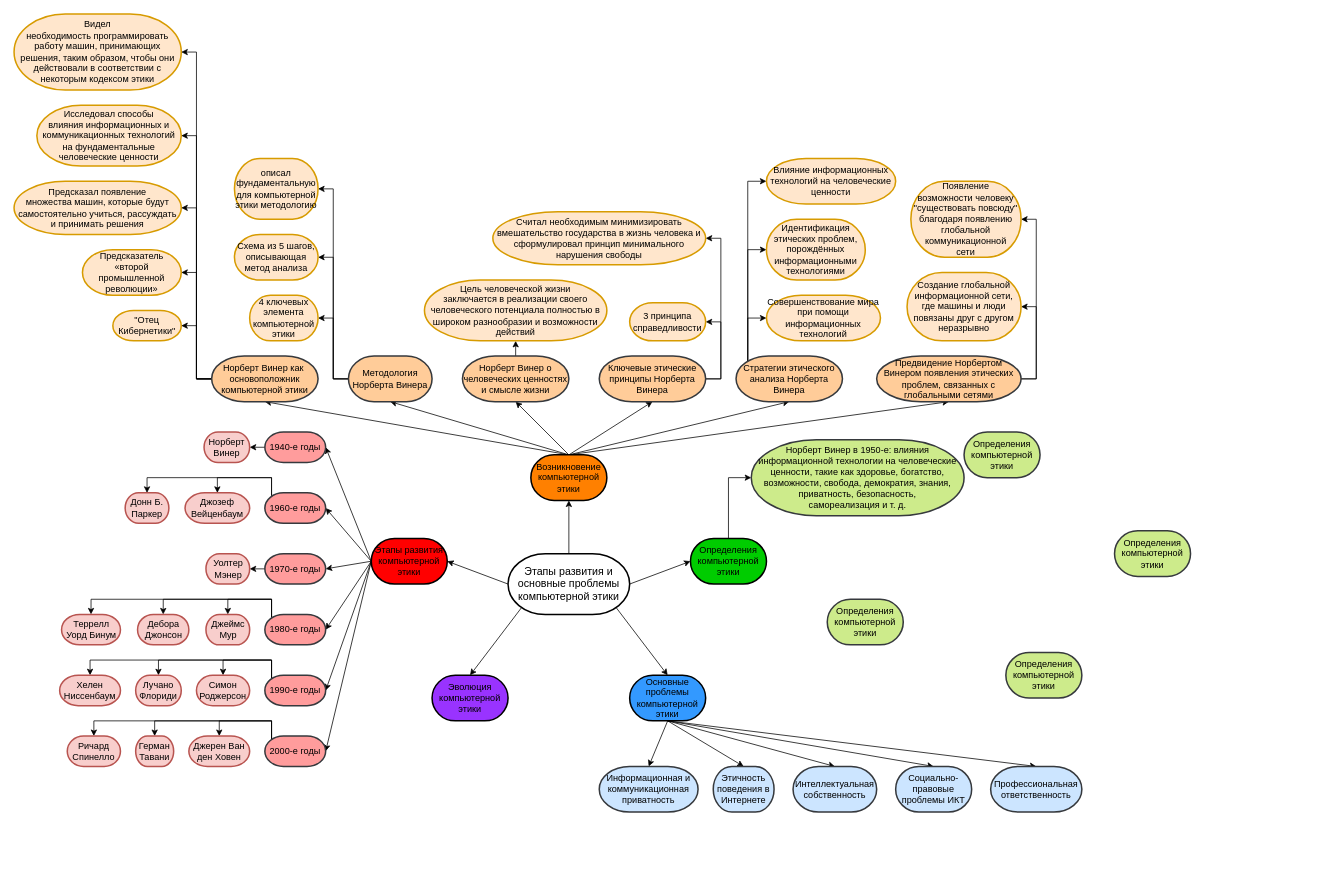
Earlier version of the draw.io diagram MIND-map.drawio (DMfananddu/DSM). Source tidied: cells renumbered, new cells numbered last; positions are measured from the earlier drawing's top-left corner, leaving out a move shared by most shapes. Both pictures are drawn from the tidied source at 76%, with x=0, y=0 at pixel (14, 14).
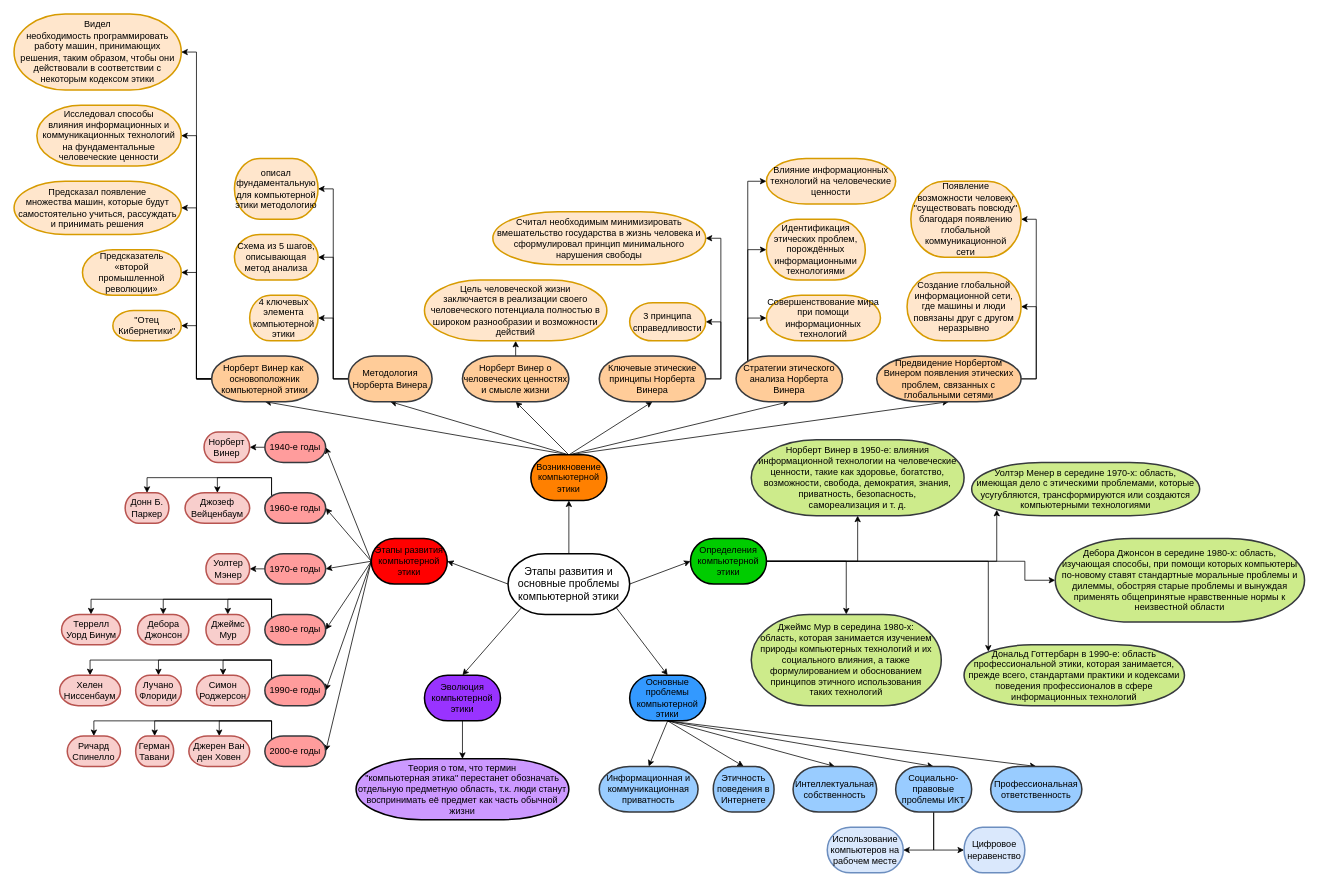
The same page after the edit.

Unchanged cells that the change refers to:
```xml
<mxCell id="23" value="Определения компьютерной этики" style="strokeWidth=2;html=1;shape=mxgraph.flowchart.terminator;whiteSpace=wrap;fillColor=#00CC00;" parent="1" vertex="1">
  <mxGeometry x="890" y="690" width="100" height="60" as="geometry" />
</mxCell>
<mxCell id="106" value="Норберт Винер в 1950-е:&amp;nbsp;влияния&lt;br&gt;информационной технологии на человеческие ценности, такие как здоровье, богатство, возможности, свобода, демократия, знания, приватность, безопасность,&lt;br&gt;самореализация и т. д." style="strokeWidth=2;html=1;shape=mxgraph.flowchart.terminator;whiteSpace=wrap;fillColor=#cdeb8b;strokeColor=#36393d;" parent="1" vertex="1">
  <mxGeometry x="970" y="560" width="280" height="100" as="geometry" />
</mxCell>
```

Diff of the diagram source:
```diff
@@
-    <mxCell id="22" style="edgeStyle=orthogonalEdgeStyle;rounded=0;jettySize=auto;html=1;exitX=0.5;exitY=0;exitDx=0;exitDy=0;exitPerimeter=0;entryX=0;entryY=0.5;entryDx=0;entryDy=0;entryPerimeter=0;" parent="1" edge="1" source="23" target="106">
+    <mxCell id="22" style="edgeStyle=orthogonalEdgeStyle;rounded=0;jettySize=auto;html=1;exitX=1;exitY=0.5;exitDx=0;exitDy=0;exitPerimeter=0;entryX=0.5;entryY=1;entryDx=0;entryDy=0;entryPerimeter=0;" parent="1" edge="1" source="23" target="106">
       <mxGeometry relative="1" as="geometry" />
     </mxCell>
+    <mxCell id="111" style="edgeStyle=orthogonalEdgeStyle;rounded=0;jettySize=auto;html=1;exitX=1;exitY=0.5;exitDx=0;exitDy=0;exitPerimeter=0;entryX=0.5;entryY=0;entryDx=0;entryDy=0;entryPerimeter=0;" parent="1" edge="1" source="23" target="107">
+      <mxGeometry relative="1" as="geometry" />
+    </mxCell>
+    <mxCell id="112" style="edgeStyle=orthogonalEdgeStyle;rounded=0;jettySize=auto;html=1;exitX=1;exitY=0.5;exitDx=0;exitDy=0;exitPerimeter=0;entryX=0.11;entryY=0.89;entryDx=0;entryDy=0;entryPerimeter=0;" parent="1" edge="1" source="23" target="110">
+      <mxGeometry relative="1" as="geometry" />
+    </mxCell>
+    <mxCell id="113" style="edgeStyle=orthogonalEdgeStyle;rounded=0;jettySize=auto;html=1;exitX=1;exitY=0.5;exitDx=0;exitDy=0;exitPerimeter=0;entryX=0.11;entryY=0.11;entryDx=0;entryDy=0;entryPerimeter=0;" parent="1" edge="1" source="23" target="108">
+      <mxGeometry relative="1" as="geometry" />
+    </mxCell>
+    <mxCell id="114" style="edgeStyle=orthogonalEdgeStyle;rounded=0;jettySize=auto;html=1;exitX=1;exitY=0.5;exitDx=0;exitDy=0;exitPerimeter=0;entryX=0;entryY=0.5;entryDx=0;entryDy=0;entryPerimeter=0;" parent="1" edge="1" source="23" target="109">
+      <mxGeometry relative="1" as="geometry">
+        <Array as="points">
+          <mxPoint x="1330" y="720" />
+          <mxPoint x="1330" y="745" />
+        </Array>
+      </mxGeometry>
+    </mxCell>
@@
+    <mxCell id="115" style="edgeStyle=orthogonalEdgeStyle;rounded=0;jettySize=auto;html=1;exitX=0.5;exitY=1;exitDx=0;exitDy=0;exitPerimeter=0;entryX=0.5;entryY=0;entryDx=0;entryDy=0;entryPerimeter=0;" parent="1" edge="1" source="24" target="118">
+      <mxGeometry relative="1" as="geometry" />
+    </mxCell>
     <mxCell id="24" value="Эволюция компьютерной этики" style="strokeWidth=2;html=1;shape=mxgraph.flowchart.terminator;whiteSpace=wrap;fillColor=#9933FF;" parent="1" vertex="1">
-      <mxGeometry x="550" y="870" width="100" height="60" as="geometry" />
+      <mxGeometry x="540" y="870" width="100" height="60" as="geometry" />
     </mxCell>
@@
-    <mxCell id="72" value="Этичность поведения в Интернете" style="strokeWidth=2;html=1;shape=mxgraph.flowchart.terminator;whiteSpace=wrap;fillColor=#cce5ff;strokeColor=#36393d;" parent="1" vertex="1">
+    <mxCell id="72" value="Этичность поведения в Интернете" style="strokeWidth=2;html=1;shape=mxgraph.flowchart.terminator;whiteSpace=wrap;fillColor=#99CCFF;strokeColor=#36393d;" parent="1" vertex="1">
       <mxGeometry x="920" y="990" width="80" height="60" as="geometry" />
     </mxCell>
-    <mxCell id="73" value="Профессиональная ответственность" style="strokeWidth=2;html=1;shape=mxgraph.flowchart.terminator;whiteSpace=wrap;fillColor=#cce5ff;strokeColor=#36393d;" parent="1" vertex="1">
+    <mxCell id="73" value="Профессиональная ответственность" style="strokeWidth=2;html=1;shape=mxgraph.flowchart.terminator;whiteSpace=wrap;fillColor=#99CCFF;strokeColor=#36393d;" parent="1" vertex="1">
       <mxGeometry x="1285" y="990" width="120" height="60" as="geometry" />
     </mxCell>
-    <mxCell id="74" value="Информационная и коммуникационная приватность" style="strokeWidth=2;html=1;shape=mxgraph.flowchart.terminator;whiteSpace=wrap;fillColor=#cce5ff;strokeColor=#36393d;" parent="1" vertex="1">
+    <mxCell id="74" value="Информационная и коммуникационная приватность" style="strokeWidth=2;html=1;shape=mxgraph.flowchart.terminator;whiteSpace=wrap;fillColor=#99CCFF;strokeColor=#36393d;" parent="1" vertex="1">
       <mxGeometry x="770" y="990" width="130" height="60" as="geometry" />
     </mxCell>
-    <mxCell id="75" value="Интеллектуальная собственность" style="strokeWidth=2;html=1;shape=mxgraph.flowchart.terminator;whiteSpace=wrap;fillColor=#cce5ff;strokeColor=#36393d;" parent="1" vertex="1">
+    <mxCell id="75" value="Интеллектуальная собственность" style="strokeWidth=2;html=1;shape=mxgraph.flowchart.terminator;whiteSpace=wrap;fillColor=#99CCFF;strokeColor=#36393d;" parent="1" vertex="1">
       <mxGeometry x="1025" y="990" width="110" height="60" as="geometry" />
     </mxCell>
+    <mxCell id="116" style="edgeStyle=orthogonalEdgeStyle;rounded=0;jettySize=auto;html=1;exitX=0.5;exitY=1;exitDx=0;exitDy=0;exitPerimeter=0;entryX=1;entryY=0.5;entryDx=0;entryDy=0;entryPerimeter=0;" parent="1" edge="1" source="76" target="119">
+      <mxGeometry relative="1" as="geometry" />
+    </mxCell>
+    <mxCell id="117" style="edgeStyle=orthogonalEdgeStyle;rounded=0;jettySize=auto;html=1;exitX=0.5;exitY=1;exitDx=0;exitDy=0;exitPerimeter=0;entryX=0;entryY=0.5;entryDx=0;entryDy=0;entryPerimeter=0;" parent="1" edge="1" source="76" target="120">
+      <mxGeometry relative="1" as="geometry" />
+    </mxCell>
-    <mxCell id="76" value="Социально-правовые проблемы ИКТ" style="strokeWidth=2;html=1;shape=mxgraph.flowchart.terminator;whiteSpace=wrap;fillColor=#cce5ff;strokeColor=#36393d;" parent="1" vertex="1">
+    <mxCell id="76" value="Социально-правовые проблемы ИКТ" style="strokeWidth=2;html=1;shape=mxgraph.flowchart.terminator;whiteSpace=wrap;fillColor=#99CCFF;strokeColor=#36393d;" parent="1" vertex="1">
       <mxGeometry x="1160" y="990" width="100" height="60" as="geometry" />
     </mxCell>
@@
-    <mxCell id="107" value="Определения компьютерной этики" style="strokeWidth=2;html=1;shape=mxgraph.flowchart.terminator;whiteSpace=wrap;fillColor=#cdeb8b;strokeColor=#36393d;" parent="1" vertex="1">
-      <mxGeometry x="1070" y="770" width="100" height="60" as="geometry" />
+    <mxCell id="107" value="Джеймс Мур в середина 1980-х:&lt;br&gt;область, которая занимается изучением природы компьютерных технологий и их социального влияния, а также формулированием и обоснованием принципов этичного использования&lt;br&gt;таких технологий" style="strokeWidth=2;html=1;shape=mxgraph.flowchart.terminator;whiteSpace=wrap;fillColor=#cdeb8b;strokeColor=#36393d;" parent="1" vertex="1">
+      <mxGeometry x="970" y="790" width="250" height="120" as="geometry" />
     </mxCell>
-    <mxCell id="108" value="Определения компьютерной этики" style="strokeWidth=2;html=1;shape=mxgraph.flowchart.terminator;whiteSpace=wrap;fillColor=#cdeb8b;strokeColor=#36393d;" parent="1" vertex="1">
-      <mxGeometry x="1305" y="840" width="100" height="60" as="geometry" />
+    <mxCell id="108" value="Дональд Готтербарн в 1990-е:&amp;nbsp;область профессиональной этики, которая занимается, прежде всего, стандартами практики и кодексами поведения профессионалов в сфере информационных технологий" style="strokeWidth=2;html=1;shape=mxgraph.flowchart.terminator;whiteSpace=wrap;fillColor=#cdeb8b;strokeColor=#36393d;" parent="1" vertex="1">
+      <mxGeometry x="1250" y="830" width="290" height="80" as="geometry" />
     </mxCell>
-    <mxCell id="109" value="Определения компьютерной этики" style="strokeWidth=2;html=1;shape=mxgraph.flowchart.terminator;whiteSpace=wrap;fillColor=#cdeb8b;strokeColor=#36393d;" parent="1" vertex="1">
-      <mxGeometry x="1448" y="680" width="100" height="60" as="geometry" />
+    <mxCell id="109" value="Дебора Джонсон в середине 1980-х:&amp;nbsp;область,&lt;br&gt;изучающая способы, при помощи которых компьютеры по-новому ставят стандартные моральные проблемы и дилеммы, обостряя старые проблемы и вынуждая применять общепринятые нравственные нормы к неизвестной области" style="strokeWidth=2;html=1;shape=mxgraph.flowchart.terminator;whiteSpace=wrap;fillColor=#cdeb8b;strokeColor=#36393d;" parent="1" vertex="1">
+      <mxGeometry x="1370" y="690" width="328" height="110" as="geometry" />
     </mxCell>
-    <mxCell id="110" value="Определения компьютерной этики" style="strokeWidth=2;html=1;shape=mxgraph.flowchart.terminator;whiteSpace=wrap;fillColor=#cdeb8b;strokeColor=#36393d;" parent="1" vertex="1">
-      <mxGeometry x="1250" y="550" width="100" height="60" as="geometry" />
+    <mxCell id="110" value="Уолтэр Менер в середине 1970-х:&amp;nbsp;область,&lt;br&gt;имеющая дело с этическими проблемами, которые усугубляются, трансформируются или создаются компьютерными технологиями" style="strokeWidth=2;html=1;shape=mxgraph.flowchart.terminator;whiteSpace=wrap;fillColor=#cdeb8b;strokeColor=#36393d;" parent="1" vertex="1">
+      <mxGeometry x="1260" y="590" width="300" height="70" as="geometry" />
     </mxCell>
+    <mxCell id="118" value="Теория о том, что термин&lt;br&gt;&quot;компьютерная этика&quot; перестанет обозначать отдельную предметную область, т.к. люди станут воспринимать её предмет как часть обычной жизни" style="strokeWidth=2;html=1;shape=mxgraph.flowchart.terminator;whiteSpace=wrap;fillColor=#CC99FF;strokeColor=#000000;" parent="1" vertex="1">
+      <mxGeometry x="450" y="980" width="280" height="80" as="geometry" />
+    </mxCell>
+    <mxCell id="119" value="Использование компьютеров на рабочем месте" style="strokeWidth=2;html=1;shape=mxgraph.flowchart.terminator;whiteSpace=wrap;fillColor=#dae8fc;strokeColor=#6c8ebf;" parent="1" vertex="1">
+      <mxGeometry x="1070" y="1070" width="100" height="60" as="geometry" />
+    </mxCell>
+    <mxCell id="120" value="Цифровое неравенство" style="strokeWidth=2;html=1;shape=mxgraph.flowchart.terminator;whiteSpace=wrap;fillColor=#dae8fc;strokeColor=#6c8ebf;" parent="1" vertex="1">
+      <mxGeometry x="1250" y="1070" width="80" height="60" as="geometry" />
+    </mxCell>
```
